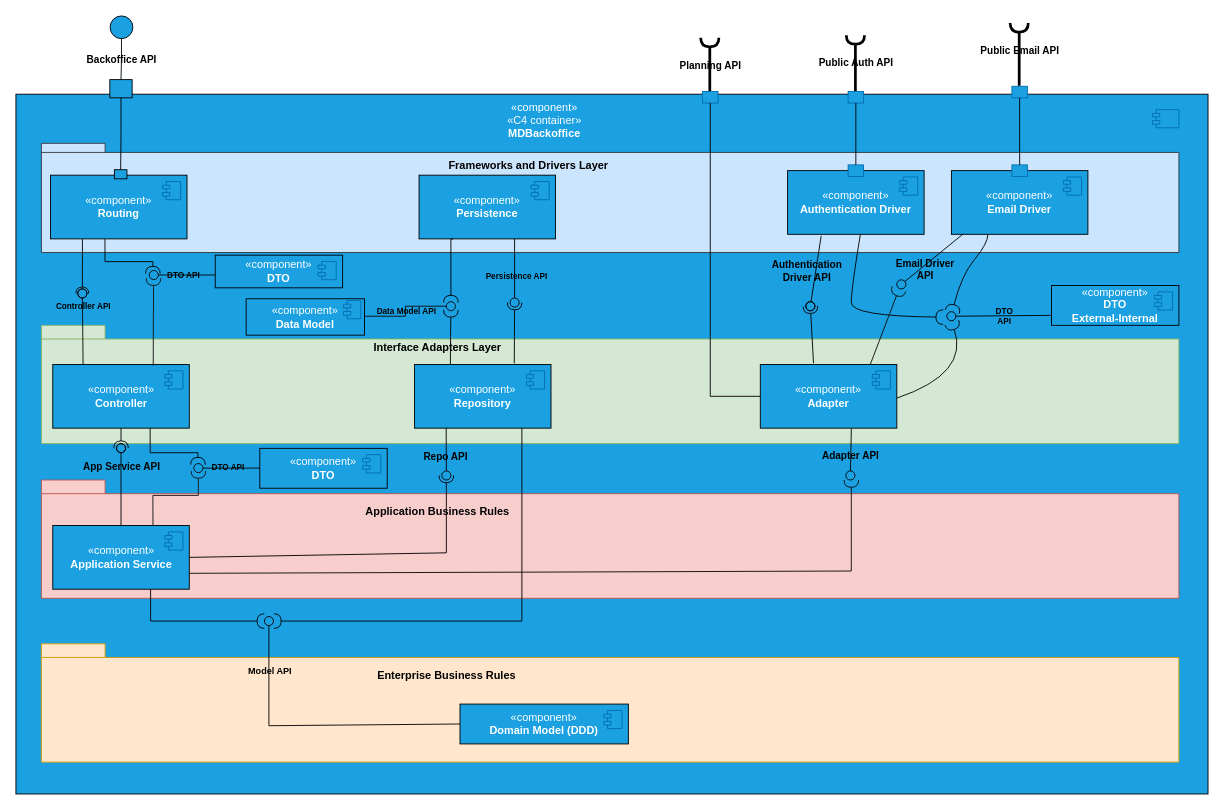
Above: docs/sprint-2/team-decisions/views/logical-view/backoffice_vl3.drawio in rita-barbosa/LAPR5-2425 (draw.io), before the change. Source tidied: cells renumbered, new cells numbered last; positions are measured from the earlier drawing's top-left corner, leaving out a move shared by most shapes. Both pictures are drawn from the tidied source at 91%, with x=0, y=0 at pixel (15, 15).
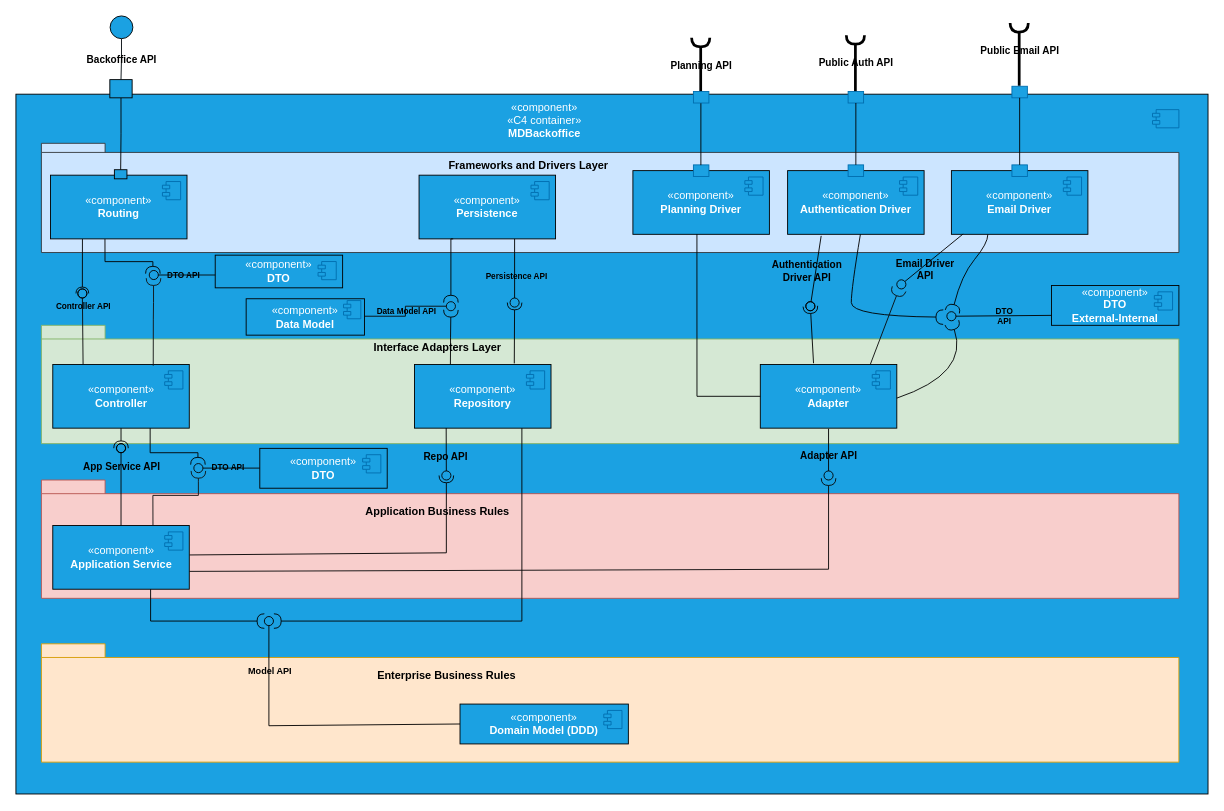
The same page after the edit.

Commit message (it also covers changes not shown here):
DG38-431 | docs: updates logical view of backoffice component.

Unchanged cells that the change refers to:
```xml
<mxCell id="32" value="«component»&lt;br&gt;&lt;b&gt;Application Service&lt;/b&gt;" style="html=1;whiteSpace=wrap;fillColor=#1ba1e2;fontColor=#ffffff;strokeColor=#000000;" parent="31" vertex="1">
  <mxGeometry y="10" width="150" height="70" as="geometry" />
</mxCell>
<mxCell id="84" style="ellipse;whiteSpace=wrap;html=1;align=center;fillColor=none;strokeColor=none;perimeter=centerPerimeter;points=[];outlineConnect=1;" parent="1" vertex="1">
  <mxGeometry x="468" y="500" width="10" height="10" as="geometry" />
</mxCell>
<mxCell id="90" value="«component»&lt;br&gt;&lt;b&gt;Adapter&lt;/b&gt;" style="html=1;whiteSpace=wrap;fillColor=#1ba1e2;fontColor=#ffffff;strokeColor=#000000;" parent="89" vertex="1">
  <mxGeometry y="10" width="150" height="70" as="geometry" />
</mxCell>
<mxCell id="95" style="ellipse;whiteSpace=wrap;html=1;align=center;fillColor=none;strokeColor=none;perimeter=centerPerimeter;points=[];outlineConnect=1;labelBackgroundColor=none;fontColor=#050505;" parent="1" vertex="1">
  <mxGeometry x="912" y="500" width="10" height="10" as="geometry" />
</mxCell>
<mxCell id="145" style="rounded=0;whiteSpace=wrap;html=1;fillColor=#1ba1e2;fontColor=#ffffff;strokeColor=#006EAF;rotation=-360;" parent="142" vertex="1">
  <mxGeometry y="43" width="17" height="12.7" as="geometry" />
</mxCell>
```

Diff of the diagram source:
```diff
@@
-    <mxCell id="81" style="rounded=0;jettySize=auto;html=1;endArrow=halfCircle;endFill=0;endSize=6;strokeWidth=1;sketch=0;exitX=1;exitY=0.5;exitDx=0;exitDy=0;strokeColor=#000000;" parent="1" edge="1" source="32" target="84">
+    <mxCell id="81" style="rounded=0;jettySize=auto;html=1;endArrow=halfCircle;endFill=0;endSize=6;strokeWidth=1;sketch=0;exitX=1.002;exitY=0.462;exitDx=0;exitDy=0;strokeColor=#000000;exitPerimeter=0;" parent="1" edge="1" source="32" target="84">
       <mxGeometry relative="1" as="geometry">
         <Array as="points">
           <mxPoint x="473" y="590" />
         </Array>
       </mxGeometry>
     </mxCell>
@@
-    <mxCell id="92" style="rounded=0;jettySize=auto;html=1;endArrow=halfCircle;endFill=0;endSize=6;strokeWidth=1;sketch=0;exitX=1;exitY=0.75;exitDx=0;exitDy=0;labelBackgroundColor=none;fontColor=none;noLabel=1;strokeColor=#080808;" parent="1" edge="1" source="32">
+    <mxCell id="92" style="rounded=0;jettySize=auto;html=1;endArrow=halfCircle;endFill=0;endSize=6;strokeWidth=1;sketch=0;exitX=1.001;exitY=0.72;exitDx=0;exitDy=0;labelBackgroundColor=none;fontColor=none;noLabel=1;strokeColor=#080808;exitPerimeter=0;" parent="1" edge="1" source="32">
       <mxGeometry relative="1" as="geometry">
-        <mxPoint x="918" y="510" as="targetPoint" />
+        <mxPoint x="893" y="508" as="targetPoint" />
         <Array as="points">
-          <mxPoint x="918" y="610" />
-          <mxPoint x="918" y="510" />
+          <mxPoint x="893" y="608" />
+          <mxPoint x="893" y="508" />
         </Array>
       </mxGeometry>
     </mxCell>
-    <mxCell id="93" style="rounded=0;jettySize=auto;html=1;endArrow=oval;endFill=0;sketch=0;sourcePerimeterSpacing=0;targetPerimeterSpacing=0;endSize=10;exitX=0.667;exitY=1.005;exitDx=0;exitDy=0;labelBackgroundColor=none;fontColor=#050505;strokeColor=#000000;exitPerimeter=0;" parent="1" edge="1" source="90" target="95">
-      <mxGeometry relative="1" as="geometry" />
+    <mxCell id="93" style="rounded=0;orthogonalLoop=1;jettySize=auto;html=1;endArrow=oval;endFill=0;sketch=0;sourcePerimeterSpacing=0;targetPerimeterSpacing=0;endSize=10;exitX=0.547;exitY=1.01;exitDx=0;exitDy=0;labelBackgroundColor=none;fontColor=#050505;strokeColor=#000000;exitPerimeter=0;" parent="1" edge="1">
+      <mxGeometry relative="1" as="geometry">
+        <mxPoint x="893" y="453.7" as="sourcePoint" />
+        <mxPoint x="893" y="505" as="targetPoint" />
+      </mxGeometry>
     </mxCell>
@@
     <mxCell id="141" style="group;" parent="1" vertex="1">
-      <mxGeometry x="754.5" y="40" width="17" height="66.2" as="geometry" />
+      <mxGeometry x="744.5" y="40" width="17" height="66.2" as="geometry" />
     </mxCell>
@@
-    <mxCell id="146" style="edgeStyle=orthogonalEdgeStyle;rounded=0;jettySize=auto;html=1;endArrow=none;endFill=0;strokeColor=#000000;entryX=0;entryY=0.5;entryDx=0;entryDy=0;exitX=0.5;exitY=1;exitDx=0;exitDy=0;" parent="1" edge="1" source="145" target="90">
+    <mxCell id="146" style="edgeStyle=orthogonalEdgeStyle;rounded=0;jettySize=auto;html=1;endArrow=none;endFill=0;strokeColor=#000000;entryX=0;entryY=0.5;entryDx=0;entryDy=0;exitX=0.469;exitY=0.981;exitDx=0;exitDy=0;exitPerimeter=0;" parent="1" edge="1" source="149" target="90">
       <mxGeometry relative="1" as="geometry" />
     </mxCell>
+    <mxCell id="147" style="group;" parent="1" vertex="1">
+      <mxGeometry x="678" y="160" width="150" height="80" as="geometry" />
+    </mxCell>
+    <mxCell id="148" style="group;" parent="147" vertex="1">
+      <mxGeometry width="150" height="80" as="geometry" />
+    </mxCell>
+    <mxCell id="149" value="«component»&lt;br&gt;&lt;b&gt;Planning Driver&lt;/b&gt;" style="html=1;whiteSpace=wrap;fillColor=#1ba1e2;fontColor=#ffffff;strokeColor=#000000;" parent="148" vertex="1">
+      <mxGeometry y="10" width="150" height="70" as="geometry" />
+    </mxCell>
+    <mxCell id="150" style="shape=module;jettyWidth=8;jettyHeight=4;fillColor=#1ba1e2;fontColor=#ffffff;strokeColor=#006EAF;" parent="149" vertex="1">
+      <mxGeometry x="1" width="20" height="20" relative="1" as="geometry">
+        <mxPoint x="-27" y="7" as="offset" />
+      </mxGeometry>
+    </mxCell>
+    <mxCell id="151" style="rounded=0;whiteSpace=wrap;html=1;fillColor=#1ba1e2;fontColor=#ffffff;strokeColor=#006EAF;rotation=-360;" parent="148" vertex="1">
+      <mxGeometry x="66.5" y="3.7" width="17" height="12.7" as="geometry" />
+    </mxCell>
+    <mxCell id="152" style="edgeStyle=orthogonalEdgeStyle;rounded=0;orthogonalLoop=1;jettySize=auto;html=1;endArrow=none;endFill=0;strokeColor=#000000;entryX=0.5;entryY=0;entryDx=0;entryDy=0;" parent="1" edge="1">
+      <mxGeometry relative="1" as="geometry">
+        <mxPoint x="752.7" y="96" as="sourcePoint" />
+        <mxPoint x="752.7" y="164" as="targetPoint" />
+      </mxGeometry>
+    </mxCell>
```
